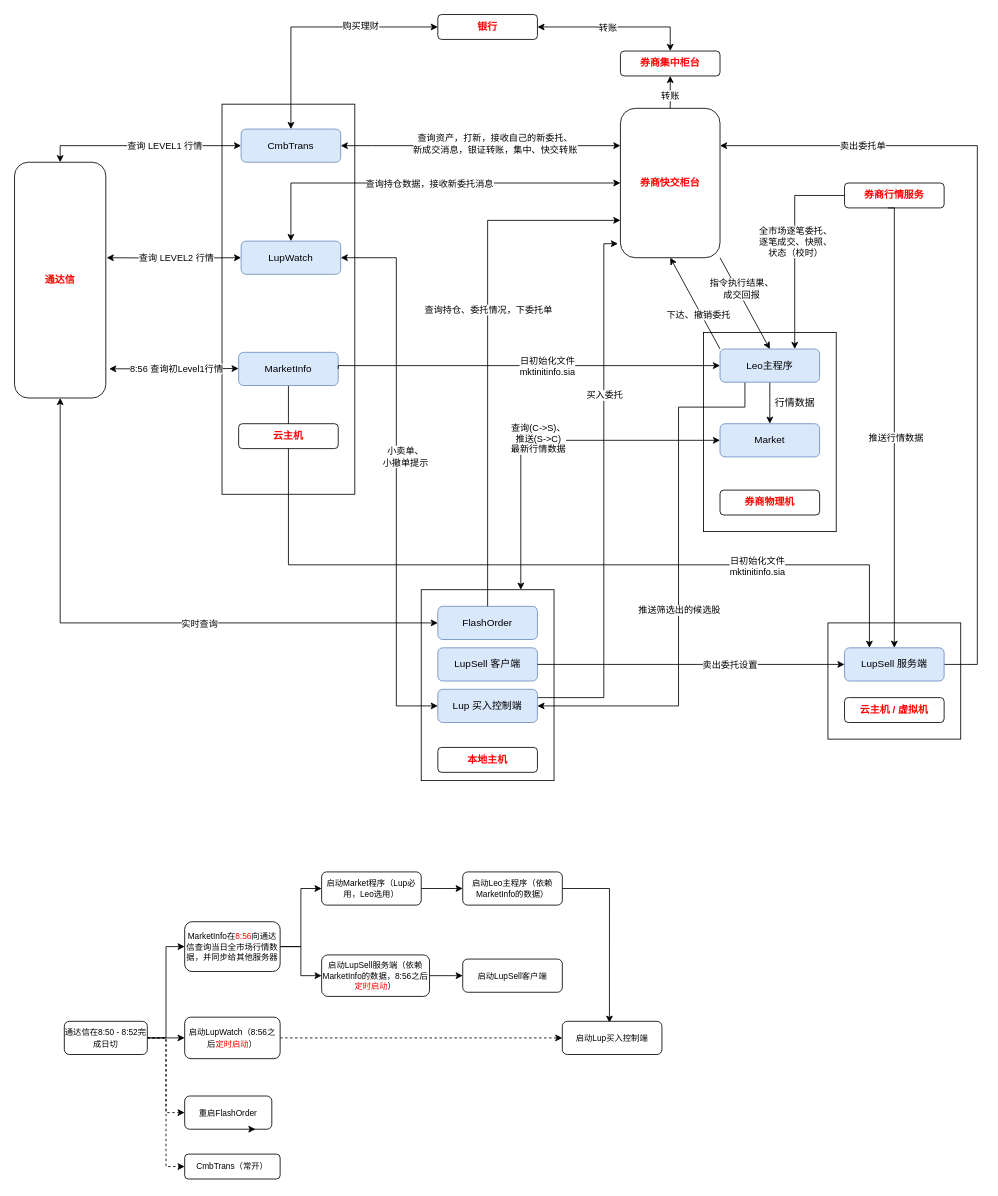
This is structure.drawio from haycheng/draw.io, a draw.io file, before an edit. Source tidied: cells renumbered, new cells numbered last; positions are measured from the earlier drawing's top-left corner, leaving out a move shared by most shapes. Both pictures are drawn from the tidied source at 83%, with x=0, y=0 at pixel (14, 14).
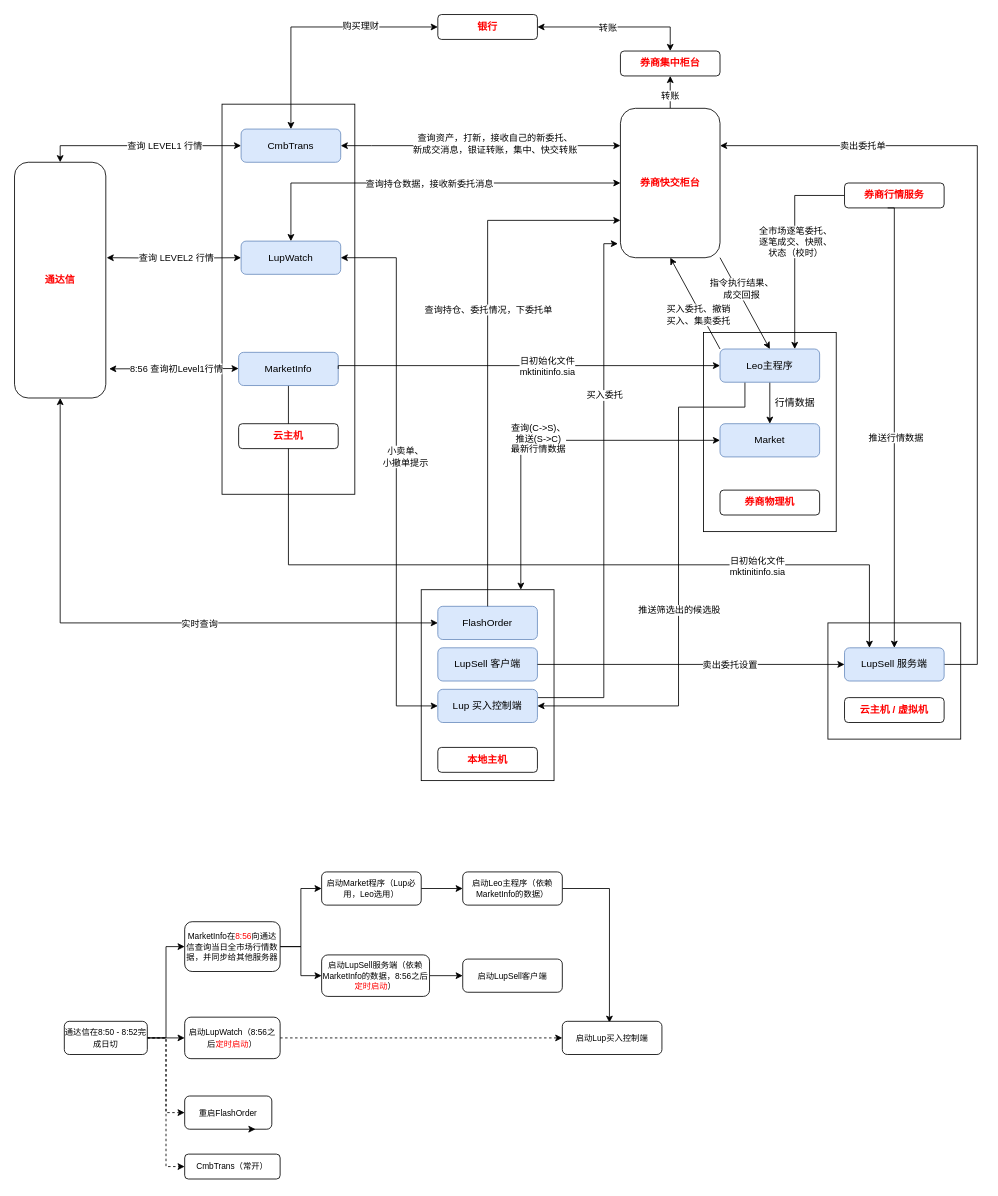
The same diagram, later.

The change refers to these unchanged cells:
```xml
<mxCell id="28" style="rounded=0;jettySize=auto;html=1;exitX=0;exitY=0;exitDx=0;exitDy=0;entryX=0.5;entryY=1;entryDx=0;entryDy=0;startArrow=none;startFill=0;" parent="1" edge="1" source="32" target="45">
  <mxGeometry relative="1" as="geometry" />
</mxCell>
```

Change to the diagram source:
```diff
@@
-    <mxCell id="29" value="下达、撤销委托" style="edgeLabel;html=1;align=center;verticalAlign=middle;" parent="28" vertex="1">
+    <mxCell id="29" value="买入委托、撤销&lt;br&gt;买入、集卖委托" style="edgeLabel;html=1;align=center;verticalAlign=middle;" parent="28" vertex="1">
       <mxGeometry x="-0.21" y="4" relative="1" as="geometry" />
     </mxCell>
```
